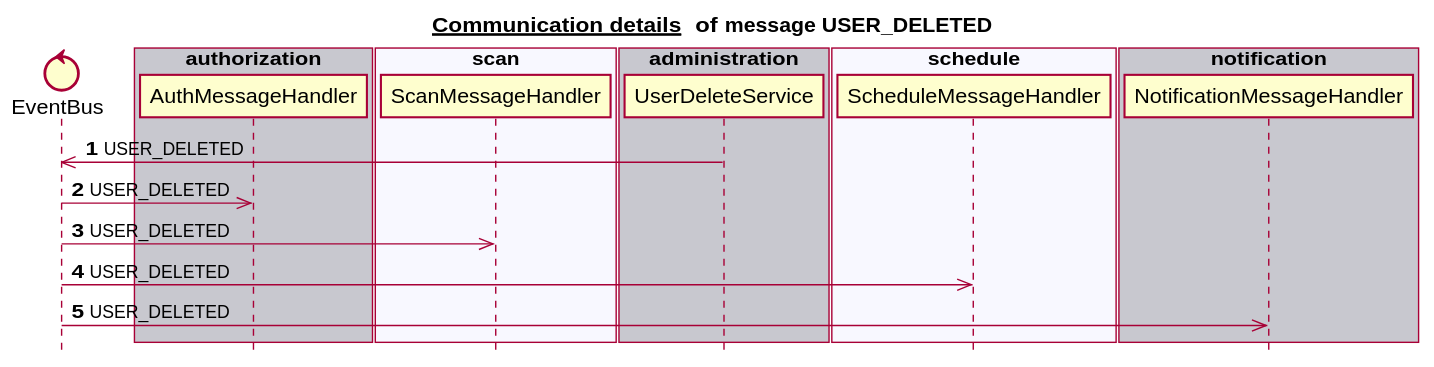
Earlier version of the PlantUML export docs/latest/images/gen_domain_messaging_user_deleted.svg (mercedes-benz/sechub). Its diagram source:
```plantuml
@startuml


title __Communication details __ of **message USER_DELETED**
skinparam style strictuml


control EventBus
box "authorization" #C8C8CF
   participant AuthMessageHandler
end box
box "scan" #F8F8FF
   participant ScanMessageHandler
end box
box "administration" #C8C8CF
   participant UserDeleteService
end box
box "schedule" #F8F8FF
   participant ScheduleMessageHandler
end box
box "notification" #C8C8CF
   participant NotificationMessageHandler
end box
autonumber 1
UserDeleteService ->> EventBus:USER_DELETED
EventBus ->> AuthMessageHandler:USER_DELETED
EventBus ->> ScanMessageHandler:USER_DELETED
EventBus ->> ScheduleMessageHandler:USER_DELETED
EventBus ->> NotificationMessageHandler:USER_DELETED
autonumber stop


@enduml
```
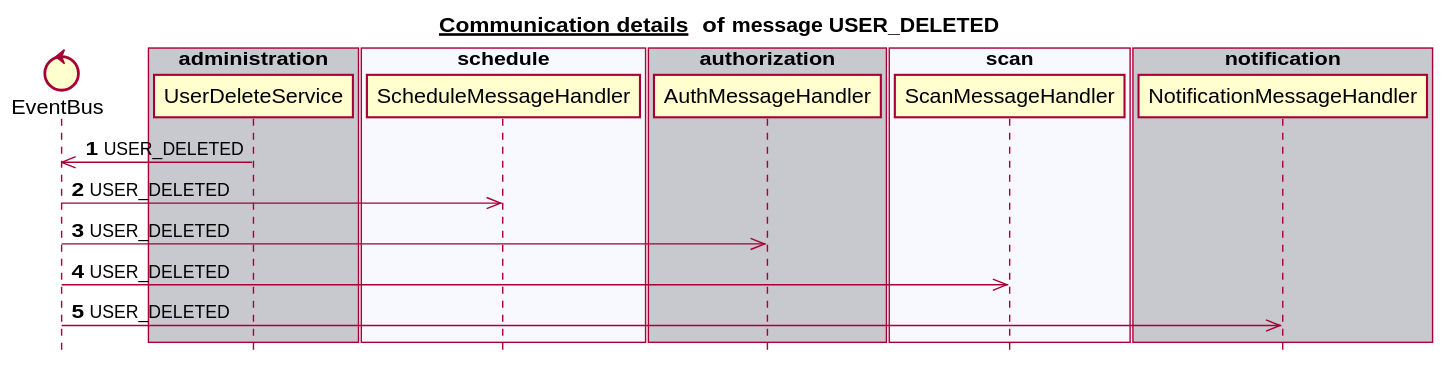
The same file after the commit.

Diff of the diagram source:
```diff
@@ -6,26 +6,26 @@
 
 
 control EventBus
+box "administration" #C8C8CF
+   participant UserDeleteService
+end box
+box "schedule" #F8F8FF
+   participant ScheduleMessageHandler
+end box
 box "authorization" #C8C8CF
    participant AuthMessageHandler
 end box
 box "scan" #F8F8FF
    participant ScanMessageHandler
 end box
-box "administration" #C8C8CF
-   participant UserDeleteService
-end box
-box "schedule" #F8F8FF
-   participant ScheduleMessageHandler
-end box
 box "notification" #C8C8CF
    participant NotificationMessageHandler
 end box
 autonumber 1
 UserDeleteService ->> EventBus:USER_DELETED
+EventBus ->> ScheduleMessageHandler:USER_DELETED
 EventBus ->> AuthMessageHandler:USER_DELETED
 EventBus ->> ScanMessageHandler:USER_DELETED
-EventBus ->> ScheduleMessageHandler:USER_DELETED
 EventBus ->> NotificationMessageHandler:USER_DELETED
 autonumber stop
 
```
